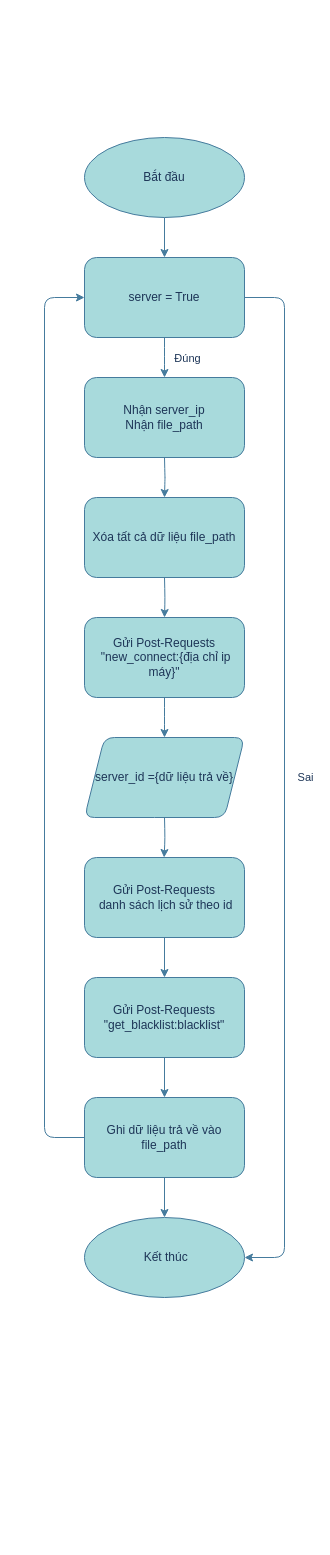
Before: Connect-to-Server.drawio in PlaymakerVN/KHKT-2023-1, a draw.io diagram. Source tidied: cells renumbered, new cells numbered last; positions are measured from the earlier drawing's top-left corner, leaving out a move shared by most shapes. Both pictures are drawn from the tidied source at 100%, with x=0, y=0 at pixel (44, 137).
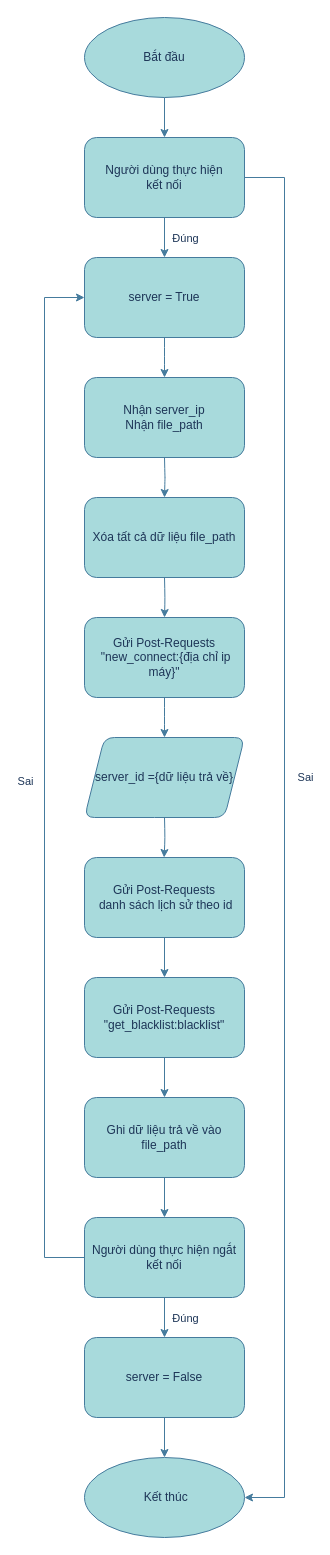
Above is the later version.

Commit message:
Cập nhật Connect-to-Server.drawio

Unchanged cells that the change refers to:
```xml
<mxCell id="6" style="edgeStyle=orthogonalEdgeStyle;rounded=1;jettySize=auto;html=1;exitX=0.5;exitY=1;exitDx=0;exitDy=0;entryX=0.5;entryY=0;entryDx=0;entryDy=0;labelBackgroundColor=none;strokeColor=#457B9D;fontColor=default;" parent="1" edge="1" source="10">
  <mxGeometry relative="1" as="geometry">
    <mxPoint x="120" y="240" as="targetPoint" />
  </mxGeometry>
</mxCell>
<mxCell id="10" value="server = True" style="rounded=1;whiteSpace=wrap;html=1;labelBackgroundColor=none;fillColor=#A8DADC;strokeColor=#457B9D;fontColor=#1D3557;" parent="1" vertex="1">
  <mxGeometry x="40" y="120" width="160" height="80" as="geometry" />
</mxCell>
<mxCell id="21" value="Ghi dữ liệu trả về vào file_path" style="rounded=1;whiteSpace=wrap;html=1;labelBackgroundColor=none;fillColor=#A8DADC;strokeColor=#457B9D;fontColor=#1D3557;" parent="1" vertex="1">
  <mxGeometry x="40" y="960" width="160" height="80" as="geometry" />
</mxCell>
```

The edit, as a diff of the source:
```diff
@@
-    <mxCell id="2" style="edgeStyle=orthogonalEdgeStyle;rounded=1;jettySize=auto;html=1;exitX=0.5;exitY=1;exitDx=0;exitDy=0;entryX=0.5;entryY=0;entryDx=0;entryDy=0;labelBackgroundColor=none;strokeColor=#457B9D;fontColor=default;" parent="1" edge="1" source="3" target="10">
-      <mxGeometry relative="1" as="geometry" />
-    </mxCell>
+    <mxCell id="25" style="edgeStyle=orthogonalEdgeStyle;rounded=0;jettySize=auto;html=1;exitX=0.5;exitY=1;exitDx=0;exitDy=0;labelBackgroundColor=none;strokeColor=#457B9D;fontColor=default;" parent="1" edge="1" source="3" target="31">
+      <mxGeometry relative="1" as="geometry" />
+    </mxCell>
     <mxCell id="3" value="Bắt đầu" style="ellipse;whiteSpace=wrap;html=1;labelBackgroundColor=none;fillColor=#A8DADC;strokeColor=#457B9D;fontColor=#1D3557;rounded=1;" parent="1" vertex="1">
-      <mxGeometry x="40" width="160" height="80" as="geometry" />
+      <mxGeometry x="40" y="-120" width="160" height="80" as="geometry" />
     </mxCell>
@@
-    <mxCell id="7" value="Đúng" style="edgeLabel;html=1;align=center;verticalAlign=middle;fontColor=#1D3557;labelBackgroundColor=none;" parent="6" vertex="1">
-      <mxGeometry x="-0.01" y="-2" relative="1" as="geometry">
-        <mxPoint x="22" y="-2" as="offset" />
-      </mxGeometry>
-    </mxCell>
-    <mxCell id="8" style="edgeStyle=orthogonalEdgeStyle;rounded=1;jettySize=auto;html=1;exitX=1;exitY=0.5;exitDx=0;exitDy=0;entryX=1;entryY=0.5;entryDx=0;entryDy=0;strokeColor=#457B9D;fontColor=default;fillColor=#A8DADC;labelBackgroundColor=none;" parent="1" edge="1" source="10" target="14">
-      <mxGeometry relative="1" as="geometry">
-        <Array as="points">
-          <mxPoint x="240" y="160" />
-          <mxPoint x="240" y="1120" />
-        </Array>
-      </mxGeometry>
-    </mxCell>
-    <mxCell id="9" value="Sai" style="edgeLabel;html=1;align=center;verticalAlign=middle;fontColor=#1D3557;labelBackgroundColor=none;" parent="8" vertex="1">
-      <mxGeometry y="2" relative="1" as="geometry">
-        <mxPoint x="18" y="-1" as="offset" />
-      </mxGeometry>
-    </mxCell>
@@
     <mxCell id="14" value="&amp;nbsp;Kết thúc" style="ellipse;whiteSpace=wrap;html=1;labelBackgroundColor=none;fillColor=#A8DADC;strokeColor=#457B9D;fontColor=#1D3557;rounded=1;" parent="1" vertex="1">
-      <mxGeometry x="40" y="1080" width="160" height="80" as="geometry" />
+      <mxGeometry x="40" y="1320" width="160" height="80" as="geometry" />
     </mxCell>
@@
-    <mxCell id="19" style="edgeStyle=orthogonalEdgeStyle;rounded=1;jettySize=auto;html=1;exitX=0.5;exitY=1;exitDx=0;exitDy=0;entryX=0.5;entryY=0;entryDx=0;entryDy=0;labelBackgroundColor=none;strokeColor=#457B9D;fontColor=default;" parent="1" edge="1" source="21" target="14">
-      <mxGeometry relative="1" as="geometry" />
-    </mxCell>
-    <mxCell id="20" style="edgeStyle=orthogonalEdgeStyle;rounded=1;jettySize=auto;html=1;exitX=0;exitY=0.5;exitDx=0;exitDy=0;entryX=0;entryY=0.5;entryDx=0;entryDy=0;labelBackgroundColor=none;strokeColor=#457B9D;fontColor=default;" parent="1" edge="1" source="21" target="10">
-      <mxGeometry relative="1" as="geometry">
-        <Array as="points">
-          <mxPoint y="1000" />
-          <mxPoint y="160" />
-        </Array>
-      </mxGeometry>
-    </mxCell>
+    <mxCell id="26" style="edgeStyle=orthogonalEdgeStyle;rounded=0;jettySize=auto;html=1;exitX=0.5;exitY=1;exitDx=0;exitDy=0;entryX=0.5;entryY=0;entryDx=0;entryDy=0;labelBackgroundColor=none;strokeColor=#457B9D;fontColor=default;" parent="1" edge="1" source="21" target="36">
+      <mxGeometry relative="1" as="geometry" />
+    </mxCell>
@@
+    <mxCell id="27" style="edgeStyle=orthogonalEdgeStyle;rounded=0;jettySize=auto;html=1;exitX=0.5;exitY=1;exitDx=0;exitDy=0;entryX=0.5;entryY=0;entryDx=0;entryDy=0;labelBackgroundColor=none;strokeColor=#457B9D;fontColor=default;" parent="1" edge="1" source="31" target="10">
+      <mxGeometry relative="1" as="geometry" />
+    </mxCell>
+    <mxCell id="28" value="Đúng" style="edgeLabel;html=1;align=center;verticalAlign=middle;labelBackgroundColor=none;fontColor=#1D3557;" parent="27" vertex="1">
+      <mxGeometry x="-0.25" relative="1" as="geometry">
+        <mxPoint x="20" y="5" as="offset" />
+      </mxGeometry>
+    </mxCell>
+    <mxCell id="29" style="edgeStyle=orthogonalEdgeStyle;rounded=0;jettySize=auto;html=1;exitX=1;exitY=0.5;exitDx=0;exitDy=0;entryX=1;entryY=0.5;entryDx=0;entryDy=0;labelBackgroundColor=none;strokeColor=#457B9D;fontColor=default;" parent="1" edge="1" source="31" target="14">
+      <mxGeometry relative="1" as="geometry">
+        <Array as="points">
+          <mxPoint x="240" y="40" />
+          <mxPoint x="240" y="1360" />
+        </Array>
+      </mxGeometry>
+    </mxCell>
+    <mxCell id="30" value="Sai" style="edgeLabel;html=1;align=center;verticalAlign=middle;labelBackgroundColor=none;fontColor=#1D3557;" parent="29" vertex="1">
+      <mxGeometry x="-0.26" y="3" relative="1" as="geometry">
+        <mxPoint x="17" y="121" as="offset" />
+      </mxGeometry>
+    </mxCell>
+    <mxCell id="31" value="Người dùng thực hiện &lt;br&gt;kết nối" style="rounded=1;whiteSpace=wrap;html=1;labelBackgroundColor=none;fillColor=#A8DADC;strokeColor=#457B9D;fontColor=#1D3557;" parent="1" vertex="1">
+      <mxGeometry x="40" width="160" height="80" as="geometry" />
+    </mxCell>
+    <mxCell id="32" style="edgeStyle=orthogonalEdgeStyle;rounded=0;jettySize=auto;html=1;exitX=0;exitY=0.5;exitDx=0;exitDy=0;entryX=0;entryY=0.5;entryDx=0;entryDy=0;labelBackgroundColor=none;strokeColor=#457B9D;fontColor=default;" parent="1" edge="1" source="36" target="10">
+      <mxGeometry relative="1" as="geometry">
+        <Array as="points">
+          <mxPoint y="1120" />
+          <mxPoint y="160" />
+        </Array>
+      </mxGeometry>
+    </mxCell>
+    <mxCell id="33" value="Sai" style="edgeLabel;html=1;align=center;verticalAlign=middle;labelBackgroundColor=none;fontColor=#1D3557;" parent="32" vertex="1">
+      <mxGeometry x="0.07" y="2" relative="1" as="geometry">
+        <mxPoint x="-18" y="39" as="offset" />
+      </mxGeometry>
+    </mxCell>
+    <mxCell id="34" style="edgeStyle=orthogonalEdgeStyle;rounded=0;jettySize=auto;html=1;exitX=0.5;exitY=1;exitDx=0;exitDy=0;entryX=0.5;entryY=0;entryDx=0;entryDy=0;labelBackgroundColor=none;strokeColor=#457B9D;fontColor=default;" parent="1" edge="1" source="36" target="38">
+      <mxGeometry relative="1" as="geometry" />
+    </mxCell>
+    <mxCell id="35" value="Đúng" style="edgeLabel;html=1;align=center;verticalAlign=middle;labelBackgroundColor=none;fontColor=#1D3557;" parent="34" vertex="1">
+      <mxGeometry x="-0.25" y="2" relative="1" as="geometry">
+        <mxPoint x="18" y="5" as="offset" />
+      </mxGeometry>
+    </mxCell>
+    <mxCell id="36" value="Người dùng thực hiện ngắt kết nối" style="rounded=1;whiteSpace=wrap;html=1;labelBackgroundColor=none;fillColor=#A8DADC;strokeColor=#457B9D;fontColor=#1D3557;" parent="1" vertex="1">
+      <mxGeometry x="40" y="1080" width="160" height="80" as="geometry" />
+    </mxCell>
+    <mxCell id="37" style="edgeStyle=orthogonalEdgeStyle;rounded=0;jettySize=auto;html=1;exitX=0.5;exitY=1;exitDx=0;exitDy=0;entryX=0.5;entryY=0;entryDx=0;entryDy=0;labelBackgroundColor=none;strokeColor=#457B9D;fontColor=default;" parent="1" edge="1" source="38" target="14">
+      <mxGeometry relative="1" as="geometry" />
+    </mxCell>
+    <mxCell id="38" value="server = False" style="rounded=1;whiteSpace=wrap;html=1;labelBackgroundColor=none;fillColor=#A8DADC;strokeColor=#457B9D;fontColor=#1D3557;" parent="1" vertex="1">
+      <mxGeometry x="40" y="1200" width="160" height="80" as="geometry" />
+    </mxCell>
```
